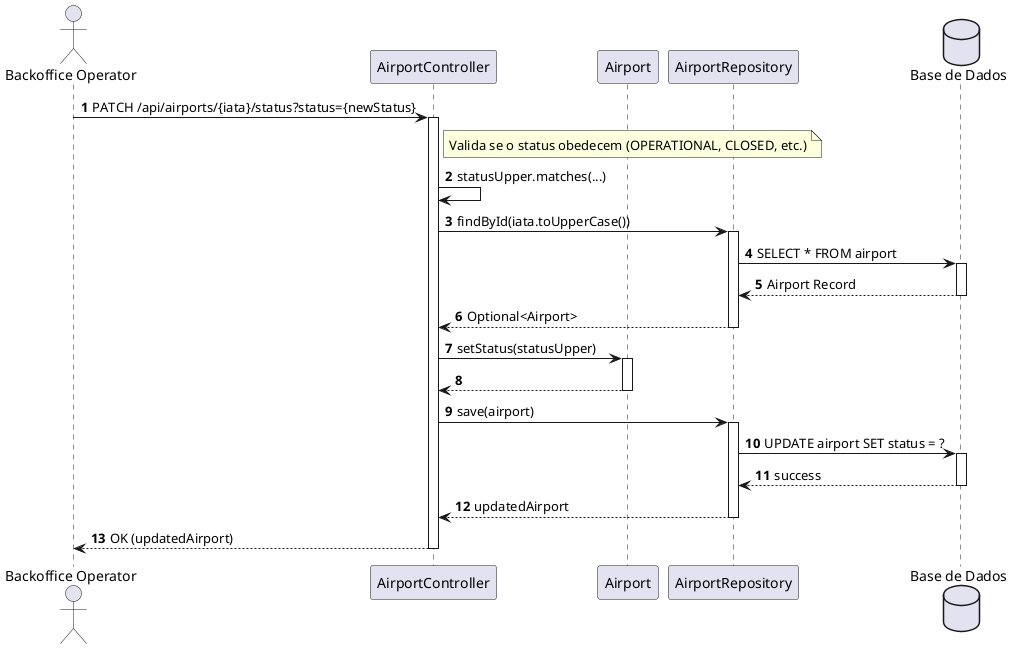
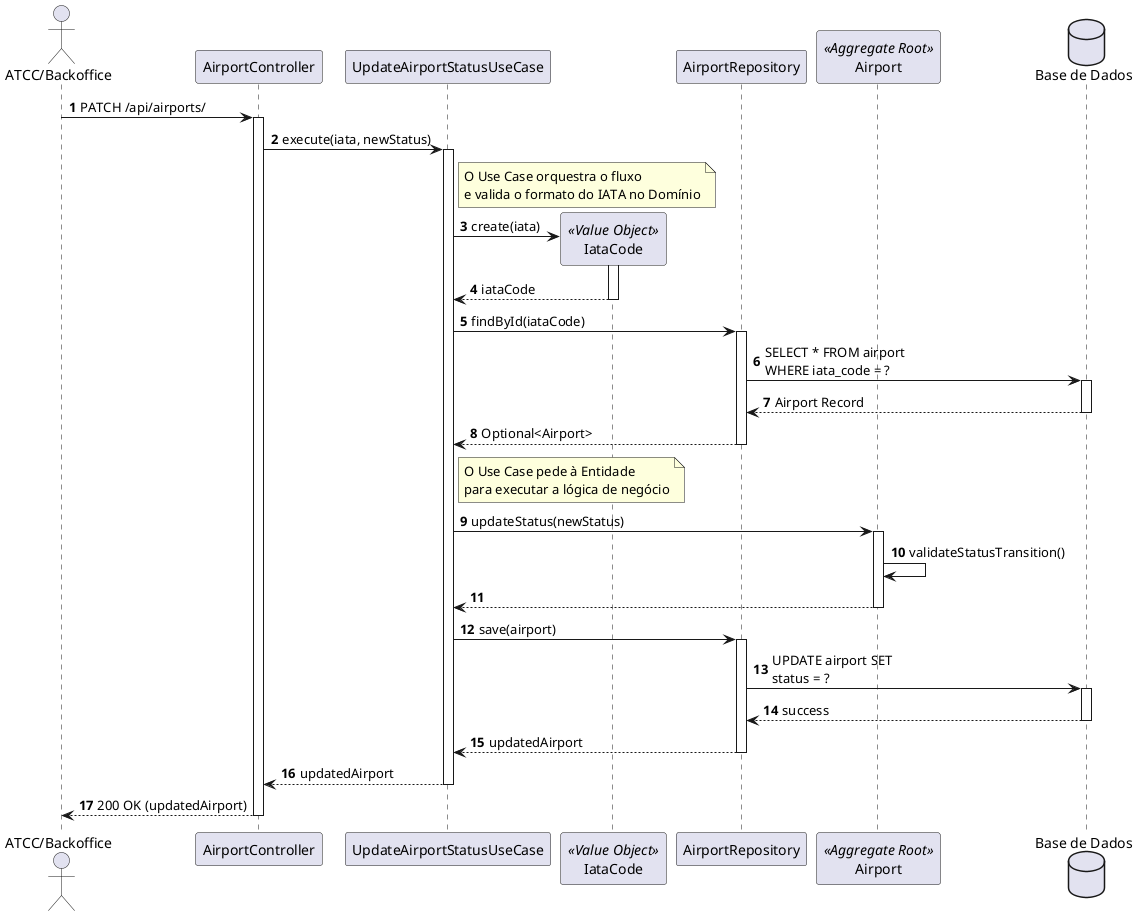
@startuml
autonumber
- skinparam packageStyle rectangle
+ skinparam maxMessageSize 150

- actor "Backoffice Operator" as User
+ actor "ATCC/Backoffice" as Admin
participant "AirportController" as Ctrl
- participant "Airport" as Model
+ participant "UpdateAirportStatusUseCase" as UC
+ participant "IataCode" as IATA <<Value Object>>
participant "AirportRepository" as Repo
+ participant "Airport" as Entity <<Aggregate Root>>
database "Base de Dados" as DB

- User -> Ctrl : PATCH /api/airports/{iata}/status?status={newStatus}
+ Admin -> Ctrl : PATCH /api/airports/
activate Ctrl

- note right of Ctrl: Valida se o status obedecem (OPERATIONAL, CLOSED, etc.)
- Ctrl -> Ctrl : statusUpper.matches(...)
+ Ctrl -> UC : execute(iata, newStatus)
+ activate UC

- Ctrl -> Repo : findById(iata.toUpperCase())
+ note right of UC: O Use Case orquestra o fluxo\ne valida o formato do IATA no Domínio
+ UC -> IATA ** : create(iata)
+ activate IATA
+ IATA --> UC : iataCode
+ deactivate IATA
+ 
+ UC -> Repo : findById(iataCode)
activate Repo
- Repo -> DB : SELECT * FROM airport
+ Repo -> DB : SELECT * FROM airport WHERE iata_code = ?
activate DB
DB --> Repo : Airport Record
deactivate DB
- Repo --> Ctrl : Optional<Airport>
+ Repo --> UC : Optional<Airport>
deactivate Repo

- Ctrl -> Model : setStatus(statusUpper)
- activate Model
- Model --> Ctrl :
- deactivate Model
+ note right of UC: O Use Case pede à Entidade\npara executar a lógica de negócio
+ UC -> Entity : updateStatus(newStatus)
+ activate Entity
+ Entity -> Entity : validateStatusTransition()
+ Entity --> UC :
+ deactivate Entity

- Ctrl -> Repo : save(airport)
+ UC -> Repo : save(airport)
activate Repo
Repo -> DB : UPDATE airport SET status = ?
activate DB
DB --> Repo : success
deactivate DB
- Repo --> Ctrl : updatedAirport
+ Repo --> UC : updatedAirport
deactivate Repo

- Ctrl --> User : OK (updatedAirport)
+ UC --> Ctrl : updatedAirport
+ deactivate UC
+ 
+ Ctrl --> Admin : 200 OK (updatedAirport)
deactivate Ctrl
+ 
@enduml